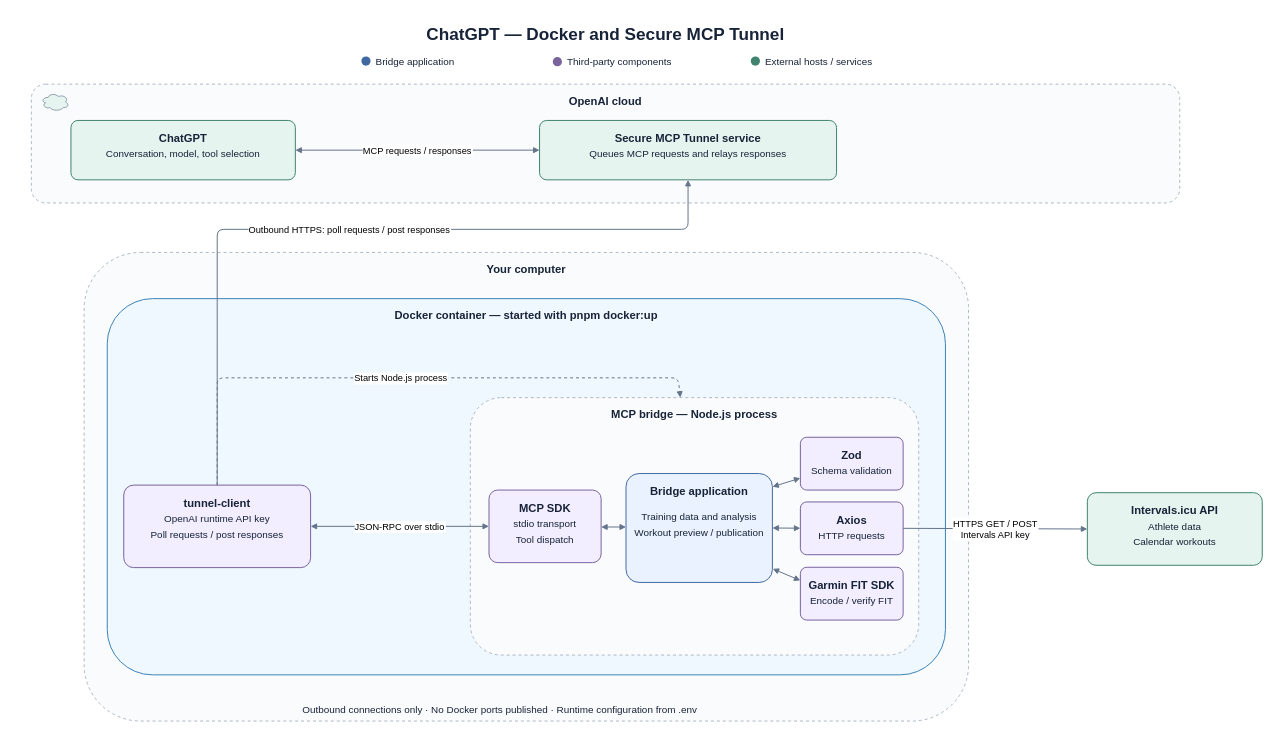
Teszy/intervals-mcp-bridge keeps this draw.io diagram as page "ChatGPT Docker" (1 of 2) of docs/diagrams/architecture.drawio. Above is the earlier version. Source tidied: cells renumbered, new cells numbered last; positions are measured from the earlier drawing's top-left corner, leaving out a move shared by most shapes. Both pictures are drawn from the tidied source at 66%, with x=0, y=0 at pixel (11, 11).
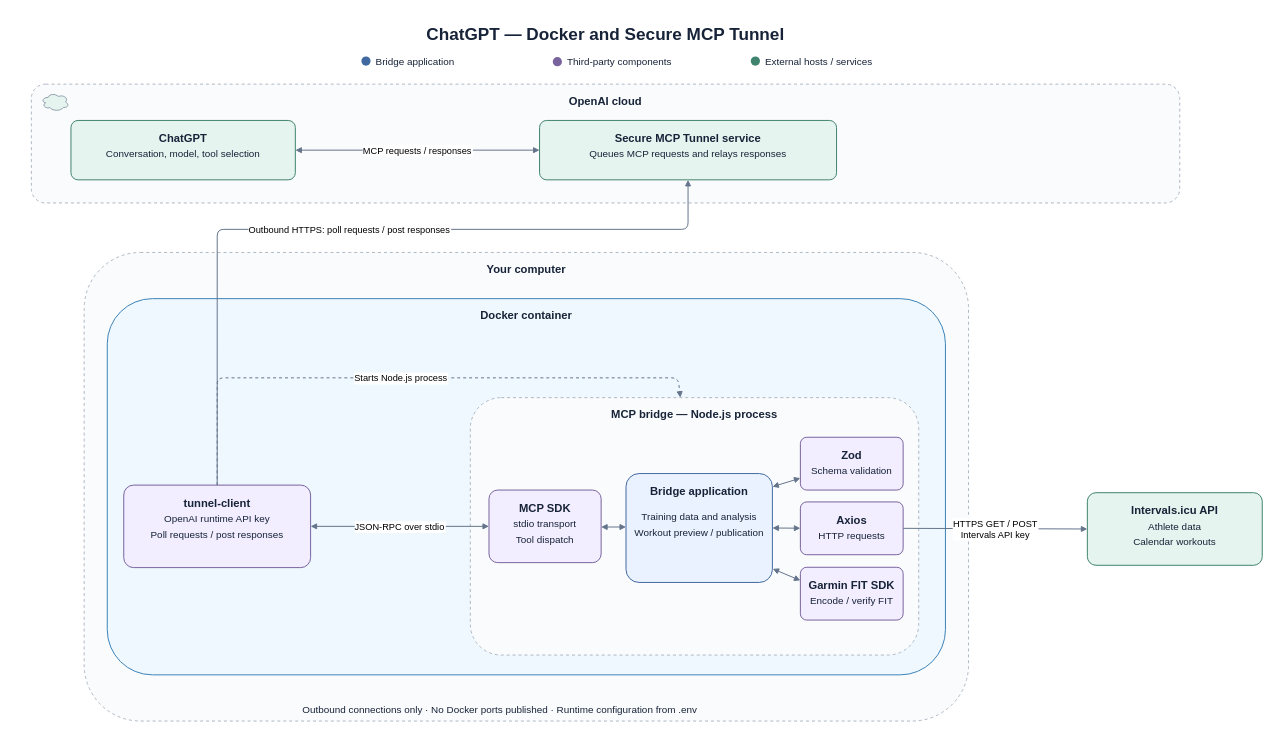
The same diagram, later.

Commit message (it also covers changes not shown here):
feat: publish Docker images to GitHub Container Registry (#31)

The change refers to these unchanged cells:
```xml
<mxCell id="14" style="rounded=1;arcSize=12;html=0;fillColor=#eff8ff;strokeColor=#3b82b8;strokeWidth=1.5;" parent="12" vertex="1">
  <mxGeometry x="35" y="70" width="1270" height="570" as="geometry" />
</mxCell>
```

Diff of the diagram source:
```diff
@@
-    <mxCell id="15" value="Docker container — started with pnpm docker:up" style="text;html=0;align=center;verticalAlign=middle;spacing=0;fontFamily=Arial;fontSize=17;fontStyle=1;fontColor=#172338;strokeColor=none;fillColor=none;" parent="14" vertex="1">
+    <mxCell id="15" value="Docker container" style="text;html=0;align=center;verticalAlign=middle;spacing=0;fontFamily=Arial;fontSize=17;fontStyle=1;fontColor=#172338;strokeColor=none;fillColor=none;" parent="14" vertex="1">
       <mxGeometry y="12" width="1270" height="24" as="geometry" />
     </mxCell>
```
